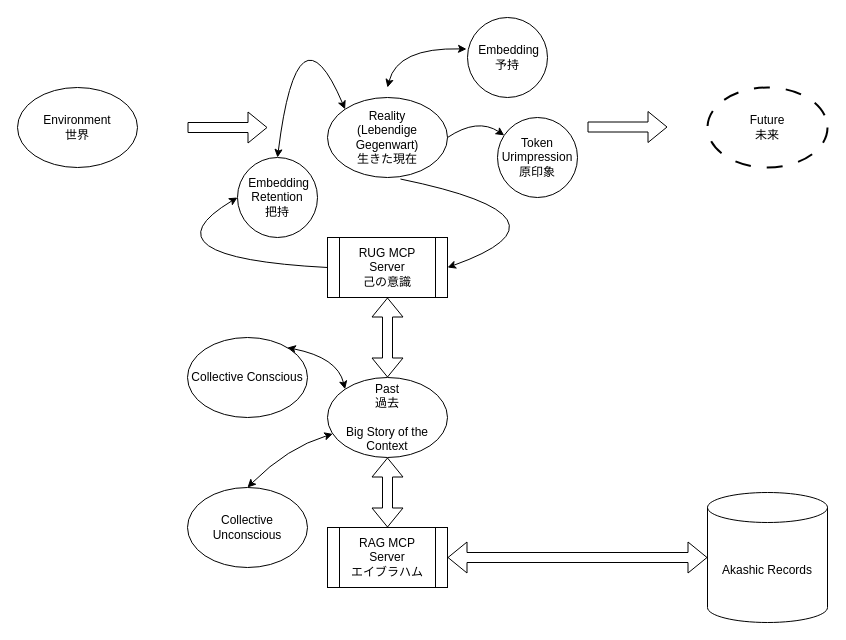
The draw.io diagram drawio/Augmented Reality.drawio in fsamejim/augmented-intelligence, before the edit. Source tidied: cells renumbered, new cells numbered last; positions are measured from the earlier drawing's top-left corner, leaving out a move shared by most shapes. Both pictures are drawn from the tidied source at 100%, with x=0, y=0 at pixel (17, -3).
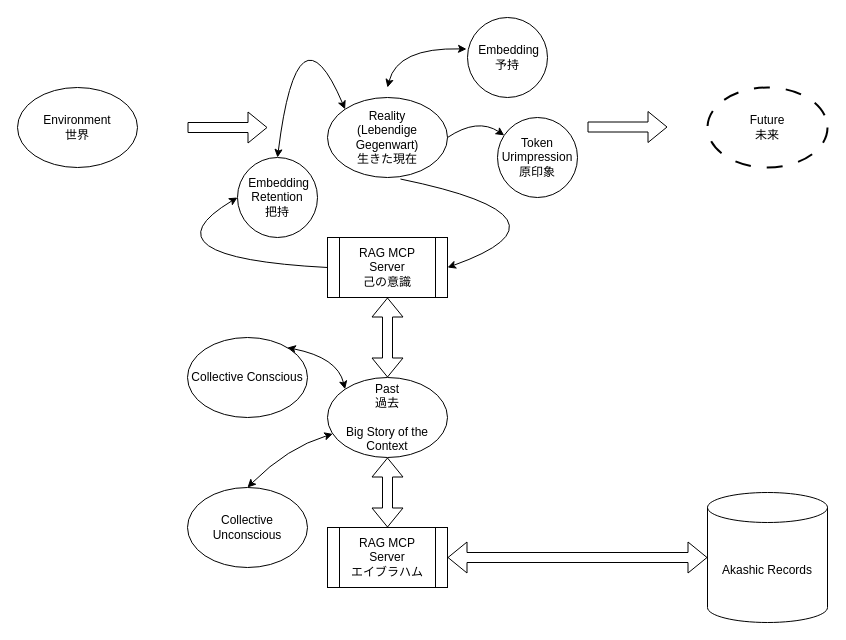
The same page after the edit.

Commit message (it also covers changes not shown here):
added Augment Reality draw

Change to the diagram source:
```diff
@@
-    <mxCell id="8" value="RUG MCP Server&lt;div&gt;己の意識&lt;/div&gt;" style="shape=process;whiteSpace=wrap;html=1;backgroundOutline=1;" parent="1" vertex="1">
+    <mxCell id="8" value="RAG MCP Server&lt;div&gt;己の意識&lt;/div&gt;" style="shape=process;whiteSpace=wrap;html=1;backgroundOutline=1;" parent="1" vertex="1">
       <mxGeometry x="310" y="240" width="120" height="60" as="geometry" />
     </mxCell>
```
